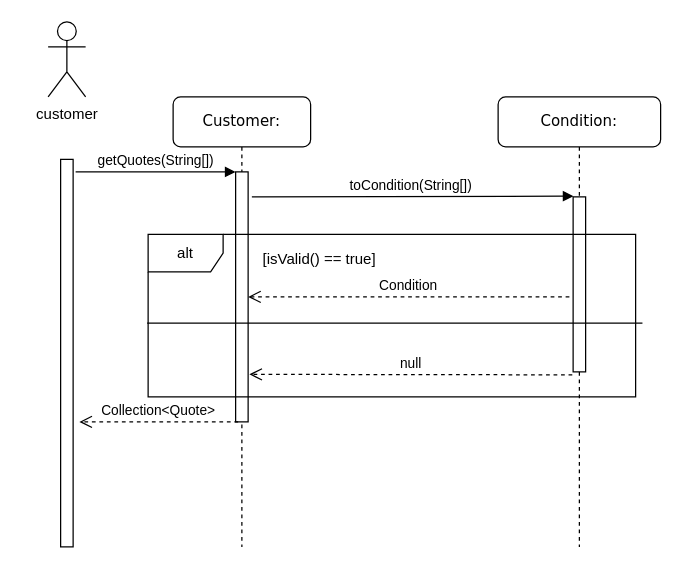
Above: page "Page-1" (1 of 3) of diagram/cw2_sequence_communication.drawio in SatoMichi/SE_CW_Bike_Rental_System (draw.io), before the change. Source tidied: cells renumbered, new cells numbered last; positions are measured from the earlier drawing's top-left corner, leaving out a move shared by most shapes. Both pictures are drawn from the tidied source at 125%, with x=0, y=0 at pixel (48, 21).
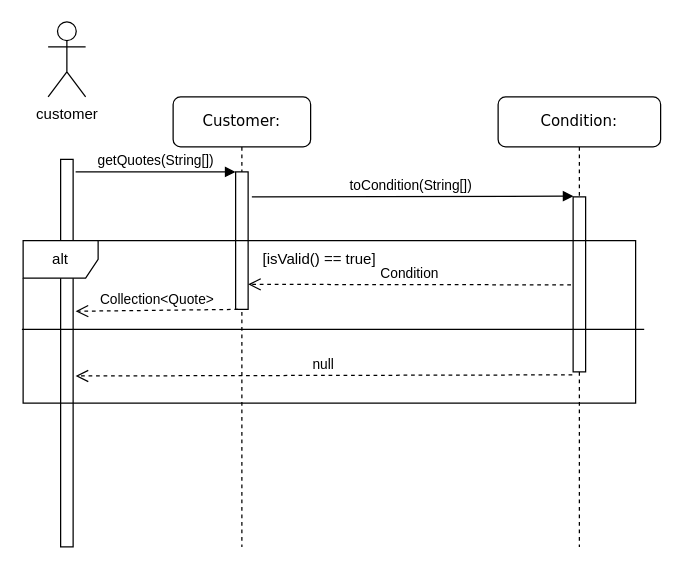
The same diagram, later.

Unchanged cells that the change refers to:
```xml
<mxCell id="2" value="Customer:" style="shape=umlLifeline;perimeter=lifelinePerimeter;whiteSpace=wrap;html=1;rounded=1;shadow=0;comic=0;labelBackgroundColor=none;strokeColor=#000000;strokeWidth=1;fillColor=#FFFFFF;fontFamily=Verdana;fontSize=12;fontColor=#000000;align=center;" parent="1" vertex="1">
  <mxGeometry x="100" y="60" width="110" height="360" as="geometry" />
</mxCell>
<mxCell id="5" style="html=1;points=[];perimeter=orthogonalPerimeter;" parent="1" vertex="1">
  <mxGeometry x="10" y="110" width="10" height="310" as="geometry" />
</mxCell>
<mxCell id="9" style="html=1;points=[];perimeter=orthogonalPerimeter;rounded=0;shadow=0;comic=0;labelBackgroundColor=none;strokeColor=#000000;strokeWidth=1;fillColor=#FFFFFF;fontFamily=Verdana;fontSize=12;fontColor=#000000;align=center;" parent="8" vertex="1">
  <mxGeometry x="60" y="80" width="10" height="140" as="geometry" />
</mxCell>
```

The edit, as a diff of the source:
```diff
@@
     <mxCell id="3" style="html=1;points=[];perimeter=orthogonalPerimeter;rounded=0;shadow=0;comic=0;labelBackgroundColor=none;strokeColor=#000000;strokeWidth=1;fillColor=#FFFFFF;fontFamily=Verdana;fontSize=12;fontColor=#000000;align=center;" parent="2" vertex="1">
-      <mxGeometry x="50" y="60" width="10" height="200" as="geometry" />
+      <mxGeometry x="50" y="60" width="10" height="110" as="geometry" />
     </mxCell>
@@
-    <mxCell id="10" value="null" style="html=1;verticalAlign=bottom;endArrow=open;dashed=1;endSize=8;exitX=-0.067;exitY=1.017;exitDx=0;exitDy=0;exitPerimeter=0;" parent="1" edge="1" source="9">
-      <mxGeometry relative="1" as="geometry">
-        <mxPoint x="161" y="282" as="targetPoint" />
-      </mxGeometry>
+    <mxCell id="10" value="null" style="html=1;verticalAlign=bottom;endArrow=open;dashed=1;endSize=8;exitX=-0.067;exitY=1.017;exitDx=0;exitDy=0;exitPerimeter=0;entryX=1.2;entryY=0.559;entryDx=0;entryDy=0;entryPerimeter=0;" parent="1" edge="1" source="9" target="5">
+      <mxGeometry relative="1" as="geometry" />
     </mxCell>
-    <mxCell id="11" value="Collection&amp;lt;Quote&amp;gt;" style="html=1;verticalAlign=bottom;endArrow=open;dashed=1;endSize=8;exitX=0.2;exitY=1;exitDx=0;exitDy=0;exitPerimeter=0;" parent="1" edge="1" source="3">
-      <mxGeometry relative="1" as="geometry">
-        <mxPoint x="25" y="320" as="targetPoint" />
-      </mxGeometry>
+    <mxCell id="11" value="Collection&amp;lt;Quote&amp;gt;" style="html=1;verticalAlign=bottom;endArrow=open;dashed=1;endSize=8;exitX=0.2;exitY=1;exitDx=0;exitDy=0;exitPerimeter=0;entryX=1.2;entryY=0.392;entryDx=0;entryDy=0;entryPerimeter=0;" parent="1" edge="1" source="3" target="5">
+      <mxGeometry relative="1" as="geometry" />
     </mxCell>
     <mxCell id="12" value="alt" style="shape=umlFrame;whiteSpace=wrap;html=1;" parent="1" vertex="1">
-      <mxGeometry x="80" y="170" width="390" height="130" as="geometry" />
+      <mxGeometry x="-20" y="175" width="490" height="130" as="geometry" />
     </mxCell>
@@
+    <mxCell id="15" style="endArrow=none;html=1;exitX=-0.002;exitY=0.546;exitDx=0;exitDy=0;exitPerimeter=0;entryX=1.014;entryY=0.546;entryDx=0;entryDy=0;entryPerimeter=0;" parent="1" edge="1" source="12" target="12">
+      <mxGeometry relative="1" as="geometry" />
+    </mxCell>
-    <mxCell id="14" value="Condition" style="html=1;verticalAlign=bottom;endArrow=open;dashed=1;endSize=8;entryX=1;entryY=0.5;entryDx=0;entryDy=0;entryPerimeter=0;" parent="1" edge="1" target="3">
+    <mxCell id="14" value="Condition" style="html=1;verticalAlign=bottom;endArrow=open;dashed=1;endSize=8;exitX=-0.067;exitY=1.017;exitDx=0;exitDy=0;exitPerimeter=0;" parent="1" edge="1">
       <mxGeometry relative="1" as="geometry">
-        <mxPoint x="417" y="220" as="sourcePoint" />
-        <Array as="points">
-          <mxPoint x="240" y="220" />
-        </Array>
+        <mxPoint x="418.3" y="210.4" as="sourcePoint" />
+        <mxPoint x="160" y="210" as="targetPoint" />
       </mxGeometry>
     </mxCell>
-    <mxCell id="15" style="endArrow=none;html=1;exitX=-0.002;exitY=0.546;exitDx=0;exitDy=0;exitPerimeter=0;entryX=1.014;entryY=0.546;entryDx=0;entryDy=0;entryPerimeter=0;" parent="1" edge="1" source="12" target="12">
-      <mxGeometry relative="1" as="geometry" />
-    </mxCell>
```
